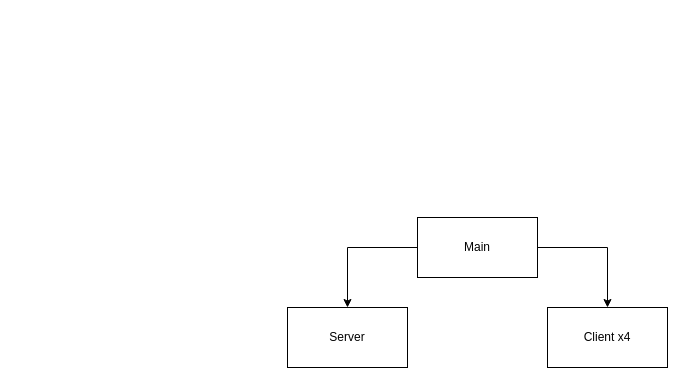
Earlier version of the draw.io diagram Untitled Diagram.drawio (happyhourxd/EuchreJ). Source tidied: cells renumbered, new cells numbered last; positions are measured from the earlier drawing's top-left corner, leaving out a move shared by most shapes. Both pictures are drawn from the tidied source at 100%, with x=0, y=0 at pixel (287, 217).
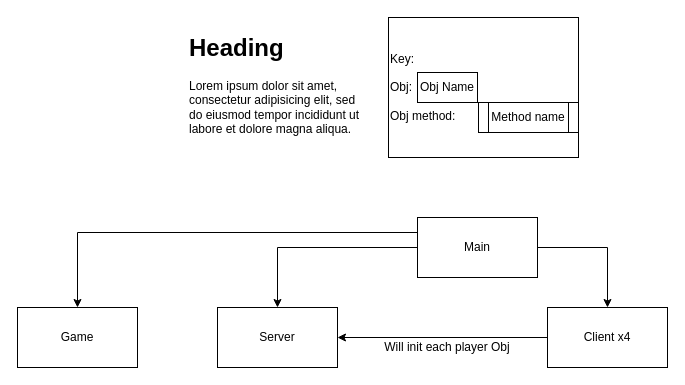
The same page after the edit.

Change to the diagram source:
```diff
@@
 <mxGraphModel>
   <root>
     <mxCell id="0" />
     <mxCell id="1" parent="0" />
     <mxCell id="2" style="edgeStyle=orthogonalEdgeStyle;rounded=0;jettySize=auto;html=1;entryX=0.5;entryY=0;entryDx=0;entryDy=0;" parent="1" edge="1" source="4" target="5">
       <mxGeometry relative="1" as="geometry" />
     </mxCell>
     <mxCell id="3" style="edgeStyle=orthogonalEdgeStyle;rounded=0;jettySize=auto;html=1;" parent="1" edge="1" source="4" target="6">
       <mxGeometry relative="1" as="geometry" />
     </mxCell>
+    <mxCell id="7" style="edgeStyle=orthogonalEdgeStyle;rounded=0;jettySize=auto;html=1;exitX=0;exitY=0.25;exitDx=0;exitDy=0;" parent="1" edge="1" source="4" target="9">
+      <mxGeometry relative="1" as="geometry" />
+    </mxCell>
     <mxCell id="4" value="Main" style="rounded=0;whiteSpace=wrap;html=1;" parent="1" vertex="1">
       <mxGeometry x="130" width="120" height="60" as="geometry" />
     </mxCell>
     <mxCell id="5" value="Server" style="rounded=0;whiteSpace=wrap;html=1;" parent="1" vertex="1">
-      <mxGeometry y="90" width="120" height="60" as="geometry" />
+      <mxGeometry x="-70" y="90" width="120" height="60" as="geometry" />
     </mxCell>
+    <mxCell id="8" style="edgeStyle=orthogonalEdgeStyle;rounded=0;jettySize=auto;html=1;entryX=1;entryY=0.5;entryDx=0;entryDy=0;" parent="1" edge="1" source="6" target="5">
+      <mxGeometry relative="1" as="geometry" />
+    </mxCell>
     <mxCell id="6" value="Client x4" style="rounded=0;whiteSpace=wrap;html=1;" parent="1" vertex="1">
       <mxGeometry x="260" y="90" width="120" height="60" as="geometry" />
     </mxCell>
+    <mxCell id="9" value="Game" style="rounded=0;whiteSpace=wrap;html=1;" parent="1" vertex="1">
+      <mxGeometry x="-270" y="90" width="120" height="60" as="geometry" />
+    </mxCell>
+    <mxCell id="10" value="Will init each player Obj" style="text;html=1;align=center;verticalAlign=middle;whiteSpace=wrap;rounded=0;" parent="1" vertex="1">
+      <mxGeometry x="85" y="120" width="150" height="20" as="geometry" />
+    </mxCell>
+    <mxCell id="11" value="&lt;h1 style=&quot;margin-top: 0px;&quot;&gt;Heading&lt;/h1&gt;&lt;p&gt;Lorem ipsum dolor sit amet, consectetur adipisicing elit, sed do eiusmod tempor incididunt ut labore et dolore magna aliqua.&lt;/p&gt;" style="text;html=1;whiteSpace=wrap;overflow=hidden;rounded=0;" parent="1" vertex="1">
+      <mxGeometry x="-100" y="-190" width="180" height="120" as="geometry" />
+    </mxCell>
+    <mxCell id="12" value="&lt;div&gt;Key:&lt;/div&gt;&lt;div&gt;&lt;br&gt;&lt;/div&gt;&lt;div&gt;Obj:&lt;/div&gt;&lt;div&gt;&lt;br&gt;&lt;/div&gt;&lt;div&gt;Obj method:&lt;/div&gt;" style="rounded=0;whiteSpace=wrap;html=1;labelPosition=center;verticalLabelPosition=middle;align=left;verticalAlign=middle;textDirection=ltr;" parent="1" vertex="1">
+      <mxGeometry x="101" y="-200" width="190" height="140" as="geometry" />
+    </mxCell>
+    <mxCell id="13" value="Obj Name" style="rounded=0;whiteSpace=wrap;html=1;" parent="1" vertex="1">
+      <mxGeometry x="130" y="-145" width="60" height="30" as="geometry" />
+    </mxCell>
+    <mxCell id="14" value="Method name" style="shape=process;whiteSpace=wrap;html=1;backgroundOutline=1;" parent="1" vertex="1">
+      <mxGeometry x="191" y="-115" width="100" height="30" as="geometry" />
+    </mxCell>
   </root>
 </mxGraphModel>
```
